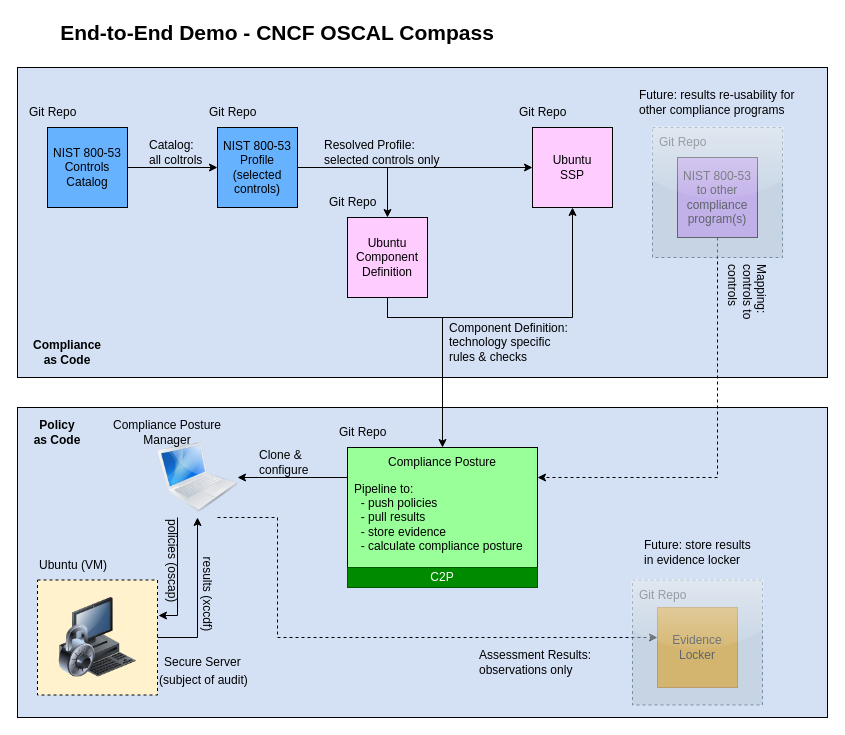
Earlier version of the draw.io diagram images/e2e-demo.c2p-vm.drawio (oscal-compass/e2e-demo). Source tidied: cells renumbered, new cells numbered last; positions are measured from the earlier drawing's top-left corner, leaving out a move shared by most shapes. Both pictures are drawn from the tidied source at 100%, with x=0, y=0 at pixel (17, 17).
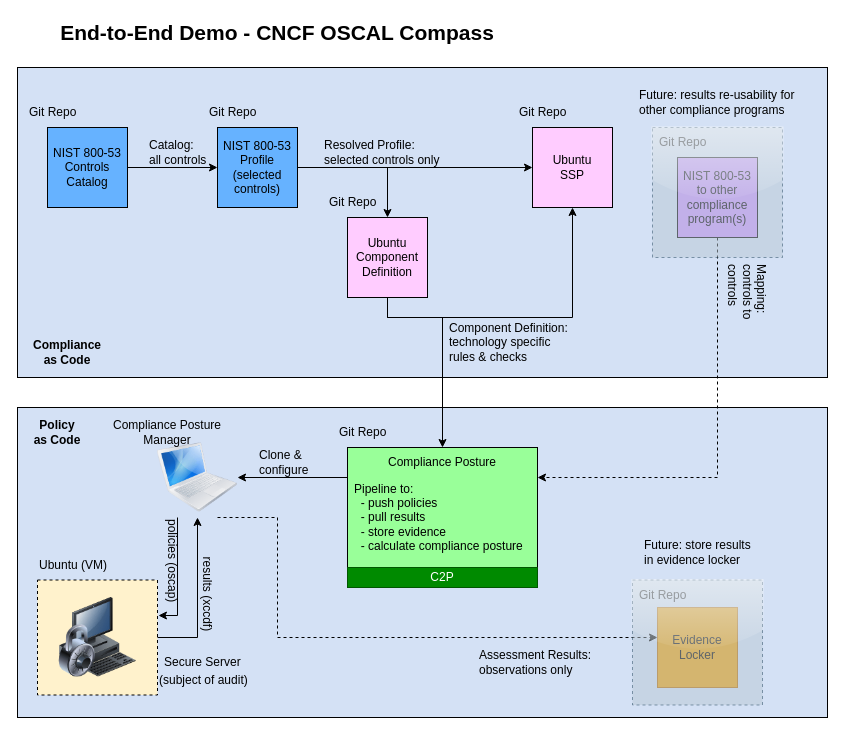
After the change.

Commit message (it also covers changes not shown here):
fix: diagrams "all controls" spelling

What changed in the source:
```diff
@@
-    <mxCell id="28" value="Catalog:&lt;div&gt;all coltrols&lt;/div&gt;" style="text;html=1;align=left;verticalAlign=middle;whiteSpace=wrap;rounded=0;" parent="1" vertex="1">
+    <mxCell id="28" value="Catalog:&lt;div&gt;all controls&lt;/div&gt;" style="text;html=1;align=left;verticalAlign=middle;whiteSpace=wrap;rounded=0;" parent="1" vertex="1">
       <mxGeometry x="130" y="120" width="120" height="30" as="geometry" />
     </mxCell>
```
